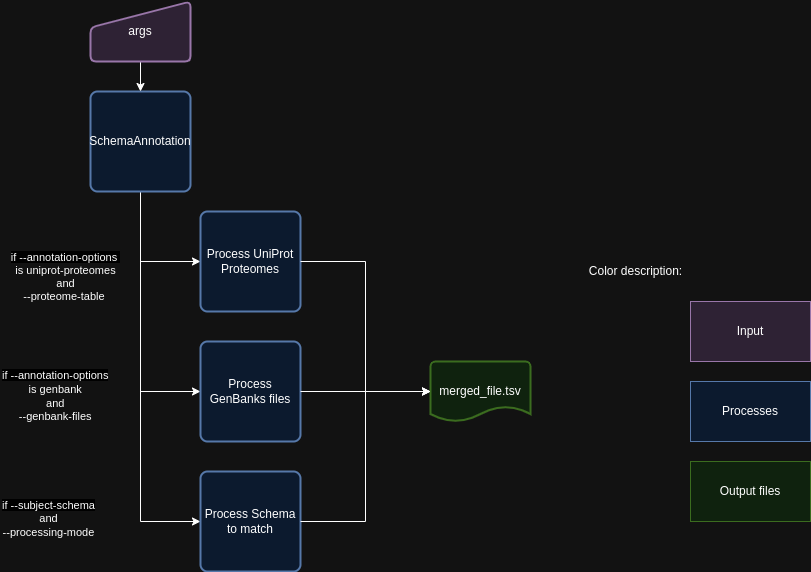
Above: SchemaRefinery/docs/SchemaRefinery/Modules/source/SchemaAnnotation.png in B-UMMI/Schema_Refinery (draw.io), before the change. Source tidied: cells renumbered, new cells last; positions are measured from the earlier drawing's top-left corner, leaving out a move shared by most shapes.
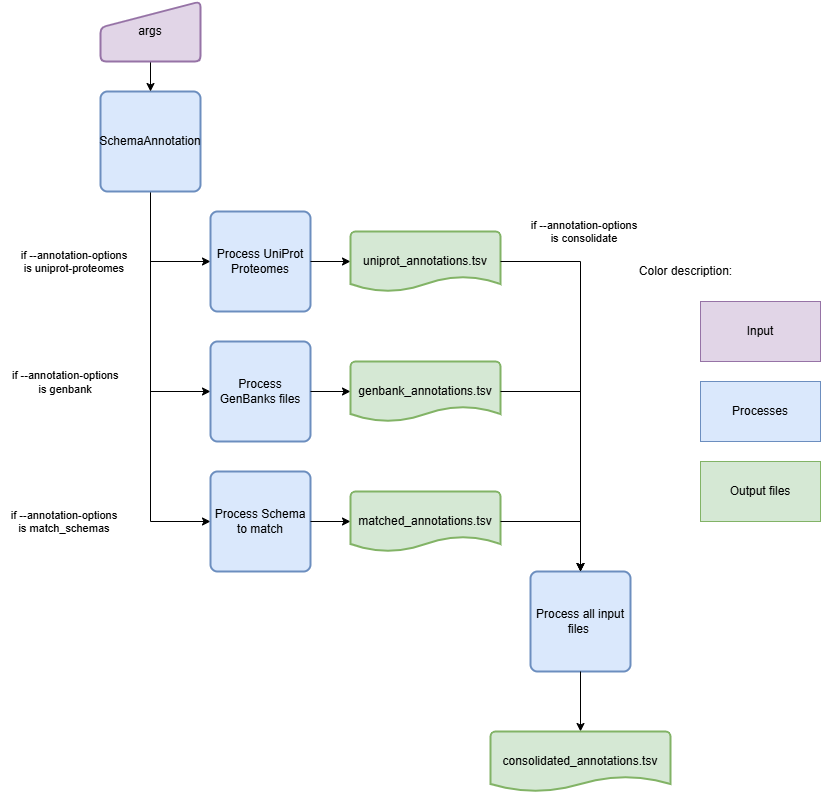
The same file after the commit.

What changed in the source:
```diff
@@ -38,29 +38,23 @@
     <mxCell id="9" value="Process GenBanks files" style="rounded=1;whiteSpace=wrap;html=1;absoluteArcSize=1;arcSize=14;strokeWidth=2;fillColor=#dae8fc;strokeColor=#6c8ebf;" parent="1" vertex="1">
       <mxGeometry x="200" y="340" width="100" height="100" as="geometry" />
     </mxCell>
-    <mxCell id="10" value="&lt;span style=&quot;color: rgb(0, 0, 0); font-family: Helvetica; font-size: 11px; font-style: normal; font-variant-ligatures: normal; font-variant-caps: normal; font-weight: 400; letter-spacing: normal; orphans: 2; text-align: center; text-indent: 0px; text-transform: none; widows: 2; word-spacing: 0px; -webkit-text-stroke-width: 0px; white-space: nowrap; background-color: rgb(255, 255, 255); text-decoration-thickness: initial; text-decoration-style: initial; text-decoration-color: initial; display: inline !important; float: none;&quot;&gt;if&amp;nbsp;--annotation-options&lt;/span&gt;&lt;div&gt;&lt;div style=&quot;text-align: center;&quot;&gt;&lt;span style=&quot;font-size: 11px; text-wrap-mode: nowrap;&quot;&gt;is&amp;nbsp;&lt;/span&gt;&lt;span style=&quot;background-color: initial; text-align: left; font-size: 11px; text-wrap-mode: nowrap;&quot;&gt;genbank&lt;/span&gt;&lt;/div&gt;&lt;div style=&quot;forced-color-adjust: none; color: rgb(0, 0, 0); font-family: Helvetica; font-size: 11px; font-style: normal; font-variant-ligatures: normal; font-variant-caps: normal; font-weight: 400; letter-spacing: normal; orphans: 2; text-align: center; text-indent: 0px; text-transform: none; widows: 2; word-spacing: 0px; -webkit-text-stroke-width: 0px; white-space: nowrap; text-decoration-thickness: initial; text-decoration-style: initial; text-decoration-color: initial;&quot;&gt;and&lt;/div&gt;&lt;div style=&quot;forced-color-adjust: none; color: rgb(0, 0, 0); font-family: Helvetica; font-size: 11px; font-style: normal; font-variant-ligatures: normal; font-variant-caps: normal; font-weight: 400; letter-spacing: normal; orphans: 2; text-align: center; text-indent: 0px; text-transform: none; widows: 2; word-spacing: 0px; -webkit-text-stroke-width: 0px; white-space: nowrap; text-decoration-thickness: initial; text-decoration-style: initial; text-decoration-color: initial;&quot;&gt;--genbank-files&lt;/div&gt;&lt;/div&gt;" style="text;whiteSpace=wrap;html=1;" parent="1" vertex="1">
+    <mxCell id="10" value="&lt;span style=&quot;color: rgb(0, 0, 0); font-family: Helvetica; font-size: 11px; font-style: normal; font-variant-ligatures: normal; font-variant-caps: normal; font-weight: 400; letter-spacing: normal; orphans: 2; text-align: center; text-indent: 0px; text-transform: none; widows: 2; word-spacing: 0px; -webkit-text-stroke-width: 0px; white-space: nowrap; background-color: rgb(255, 255, 255); text-decoration-thickness: initial; text-decoration-style: initial; text-decoration-color: initial; float: none; display: inline !important;&quot;&gt;if&amp;nbsp;--annotation-options&lt;/span&gt;&lt;div&gt;&lt;div style=&quot;text-align: center;&quot;&gt;&lt;span style=&quot;font-size: 11px; text-wrap-mode: nowrap;&quot;&gt;is&amp;nbsp;&lt;/span&gt;&lt;span style=&quot;background-color: initial; text-align: left; font-size: 11px; text-wrap-mode: nowrap;&quot;&gt;genbank&lt;/span&gt;&lt;/div&gt;&lt;/div&gt;" style="text;whiteSpace=wrap;html=1;" parent="1" vertex="1">
       <mxGeometry y="360" width="130" height="60" as="geometry" />
     </mxCell>
     <mxCell id="11" value="Process Schema to match" style="rounded=1;whiteSpace=wrap;html=1;absoluteArcSize=1;arcSize=14;strokeWidth=2;fillColor=#dae8fc;strokeColor=#6c8ebf;" parent="1" vertex="1">
       <mxGeometry x="200" y="470" width="100" height="100" as="geometry" />
     </mxCell>
-    <mxCell id="12" value="&lt;span style=&quot;color: rgb(0, 0, 0); font-family: Helvetica; font-size: 11px; font-style: normal; font-variant-ligatures: normal; font-variant-caps: normal; font-weight: 400; letter-spacing: normal; orphans: 2; text-align: center; text-indent: 0px; text-transform: none; widows: 2; word-spacing: 0px; -webkit-text-stroke-width: 0px; white-space: nowrap; background-color: rgb(255, 255, 255); text-decoration-thickness: initial; text-decoration-style: initial; text-decoration-color: initial; display: inline !important; float: none;&quot;&gt;if&amp;nbsp;--subject-schema&lt;/span&gt;&lt;div&gt;&lt;div style=&quot;forced-color-adjust: none; color: rgb(0, 0, 0); font-family: Helvetica; font-size: 11px; font-style: normal; font-variant-ligatures: normal; font-variant-caps: normal; font-weight: 400; letter-spacing: normal; orphans: 2; text-align: center; text-indent: 0px; text-transform: none; widows: 2; word-spacing: 0px; -webkit-text-stroke-width: 0px; white-space: nowrap; text-decoration-thickness: initial; text-decoration-style: initial; text-decoration-color: initial;&quot;&gt;and&lt;/div&gt;&lt;div style=&quot;forced-color-adjust: none; color: rgb(0, 0, 0); font-family: Helvetica; font-size: 11px; font-style: normal; font-variant-ligatures: normal; font-variant-caps: normal; font-weight: 400; letter-spacing: normal; orphans: 2; text-align: center; text-indent: 0px; text-transform: none; widows: 2; word-spacing: 0px; -webkit-text-stroke-width: 0px; white-space: nowrap; text-decoration-thickness: initial; text-decoration-style: initial; text-decoration-color: initial;&quot;&gt;--processing-mode&lt;/div&gt;&lt;/div&gt;" style="text;whiteSpace=wrap;html=1;" parent="1" vertex="1">
-      <mxGeometry y="490" width="130" height="60" as="geometry" />
-    </mxCell>
-    <mxCell id="13" value="merged_file.tsv" style="strokeWidth=2;html=1;shape=mxgraph.flowchart.document2;whiteSpace=wrap;size=0.25;fillColor=#d5e8d4;strokeColor=#82b366;" parent="1" vertex="1">
-      <mxGeometry x="430" y="360" width="100" height="60" as="geometry" />
-    </mxCell>
-    <mxCell id="14" style="edgeStyle=orthogonalEdgeStyle;rounded=0;jettySize=auto;html=1;entryX=0;entryY=0.5;entryDx=0;entryDy=0;entryPerimeter=0;" parent="1" edge="1" source="8" target="13">
+    <mxCell id="14" style="edgeStyle=orthogonalEdgeStyle;rounded=0;jettySize=auto;html=1;entryX=0;entryY=0.5;entryDx=0;entryDy=0;entryPerimeter=0;" parent="1" edge="1" source="8" target="24">
       <mxGeometry relative="1" as="geometry" />
     </mxCell>
-    <mxCell id="15" style="edgeStyle=orthogonalEdgeStyle;rounded=0;jettySize=auto;html=1;entryX=0;entryY=0.5;entryDx=0;entryDy=0;entryPerimeter=0;" parent="1" edge="1" source="9" target="13">
+    <mxCell id="15" style="edgeStyle=orthogonalEdgeStyle;rounded=0;jettySize=auto;html=1;entryX=0;entryY=0.5;entryDx=0;entryDy=0;entryPerimeter=0;" parent="1" edge="1" source="9" target="23">
       <mxGeometry relative="1" as="geometry" />
     </mxCell>
-    <mxCell id="16" style="edgeStyle=orthogonalEdgeStyle;rounded=0;jettySize=auto;html=1;entryX=0;entryY=0.5;entryDx=0;entryDy=0;entryPerimeter=0;" parent="1" edge="1" source="11" target="13">
+    <mxCell id="16" style="edgeStyle=orthogonalEdgeStyle;rounded=0;jettySize=auto;html=1;entryX=0;entryY=0.5;entryDx=0;entryDy=0;entryPerimeter=0;" parent="1" edge="1" source="11" target="22">
       <mxGeometry relative="1" as="geometry" />
     </mxCell>
-    <mxCell id="17" value="&lt;span style=&quot;font-size: 11px; background-color: rgb(255, 255, 255);&quot;&gt;if&amp;nbsp;--annotation-options&amp;nbsp;&lt;/span&gt;&lt;div style=&quot;font-size: 11px;&quot;&gt;is uniprot-proteomes&lt;div&gt;and&lt;/div&gt;&lt;div&gt;--proteome-table&amp;nbsp;&lt;/div&gt;&lt;/div&gt;" style="text;html=1;align=center;verticalAlign=middle;strokeColor=none;fillColor=none;" parent="1" vertex="1">
-      <mxGeometry y="240" width="130" height="70" as="geometry" />
+    <mxCell id="17" value="&lt;span style=&quot;font-size: 11px; background-color: rgb(255, 255, 255);&quot;&gt;if&amp;nbsp;--annotation-options&amp;nbsp;&lt;/span&gt;&lt;div style=&quot;font-size: 11px;&quot;&gt;is uniprot-proteomes&lt;span style=&quot;background-color: transparent; color: light-dark(rgb(0, 0, 0), rgb(255, 255, 255));&quot;&gt;&amp;nbsp;&lt;/span&gt;&lt;/div&gt;" style="text;html=1;align=center;verticalAlign=middle;strokeColor=none;fillColor=none;" parent="1" vertex="1">
+      <mxGeometry y="240" width="130" height="40" as="geometry" />
     </mxCell>
     <mxCell id="18" value="Processes" style="rounded=0;whiteSpace=wrap;html=1;fillColor=#dae8fc;strokeColor=#6c8ebf;" parent="1" vertex="1">
       <mxGeometry x="690" y="380" width="120" height="60" as="geometry" />
@@ -72,7 +66,52 @@
       <mxGeometry x="690" y="460" width="120" height="60" as="geometry" />
     </mxCell>
     <mxCell id="21" value="Color description:" style="text;html=1;align=center;verticalAlign=middle;strokeColor=none;fillColor=none;" parent="1" vertex="1">
-      <mxGeometry x="580" y="255" width="110" height="30" as="geometry" />
+      <mxGeometry x="620" y="255" width="110" height="30" as="geometry" />
     </mxCell>
+    <mxCell id="22" value="matched_annotations.tsv" style="strokeWidth=2;html=1;shape=mxgraph.flowchart.document2;whiteSpace=wrap;size=0.25;fillColor=#d5e8d4;strokeColor=#82b366;" parent="1" vertex="1">
+      <mxGeometry x="340" y="490" width="150" height="60" as="geometry" />
+    </mxCell>
+    <mxCell id="23" value="genbank_annotations.tsv" style="strokeWidth=2;html=1;shape=mxgraph.flowchart.document2;whiteSpace=wrap;size=0.25;fillColor=#d5e8d4;strokeColor=#82b366;" parent="1" vertex="1">
+      <mxGeometry x="340" y="360" width="150" height="60" as="geometry" />
+    </mxCell>
+    <mxCell id="24" value="uniprot_annotations.tsv" style="strokeWidth=2;html=1;shape=mxgraph.flowchart.document2;whiteSpace=wrap;size=0.25;fillColor=#d5e8d4;strokeColor=#82b366;" parent="1" vertex="1">
+      <mxGeometry x="340" y="230" width="150" height="60" as="geometry" />
+    </mxCell>
+    <mxCell id="25" value="Process all input files&amp;nbsp;" style="rounded=1;whiteSpace=wrap;html=1;absoluteArcSize=1;arcSize=14;strokeWidth=2;fillColor=#dae8fc;strokeColor=#6c8ebf;" parent="1" vertex="1">
+      <mxGeometry x="520" y="570" width="100" height="100" as="geometry" />
+    </mxCell>
+    <mxCell id="26" style="endArrow=classic;html=1;rounded=0;exitX=1;exitY=0.5;exitDx=0;exitDy=0;exitPerimeter=0;entryX=0.5;entryY=0;entryDx=0;entryDy=0;" parent="1" edge="1" source="24" target="25">
+      <mxGeometry relative="1" as="geometry">
+        <Array as="points">
+          <mxPoint x="570" y="260" />
+        </Array>
+      </mxGeometry>
+    </mxCell>
+    <mxCell id="27" style="endArrow=classic;html=1;rounded=0;exitX=1;exitY=0.5;exitDx=0;exitDy=0;exitPerimeter=0;entryX=0.5;entryY=0;entryDx=0;entryDy=0;" parent="1" edge="1" source="23" target="25">
+      <mxGeometry relative="1" as="geometry">
+        <Array as="points">
+          <mxPoint x="570" y="390" />
+        </Array>
+      </mxGeometry>
+    </mxCell>
+    <mxCell id="28" style="endArrow=classic;html=1;rounded=0;exitX=1;exitY=0.5;exitDx=0;exitDy=0;exitPerimeter=0;entryX=0.5;entryY=0;entryDx=0;entryDy=0;" parent="1" edge="1" source="22" target="25">
+      <mxGeometry relative="1" as="geometry">
+        <Array as="points">
+          <mxPoint x="570" y="520" />
+        </Array>
+      </mxGeometry>
+    </mxCell>
+    <mxCell id="29" value="&lt;span style=&quot;font-size: 11px; background-color: rgb(255, 255, 255);&quot;&gt;if&amp;nbsp;--annotation-options&amp;nbsp;&lt;/span&gt;&lt;div style=&quot;font-size: 11px;&quot;&gt;is consolidate&lt;span style=&quot;background-color: transparent; color: light-dark(rgb(0, 0, 0), rgb(255, 255, 255));&quot;&gt;&amp;nbsp;&lt;/span&gt;&lt;/div&gt;" style="text;html=1;align=center;verticalAlign=middle;strokeColor=none;fillColor=none;" parent="1" vertex="1">
+      <mxGeometry x="510" y="210" width="130" height="40" as="geometry" />
+    </mxCell>
+    <mxCell id="30" value="&lt;span style=&quot;font-size: 11px; background-color: rgb(255, 255, 255);&quot;&gt;if&amp;nbsp;--annotation-options&amp;nbsp;&lt;/span&gt;&lt;div style=&quot;font-size: 11px;&quot;&gt;is match_schemas&lt;span style=&quot;background-color: transparent; color: light-dark(rgb(0, 0, 0), rgb(255, 255, 255));&quot;&gt;&amp;nbsp;&lt;/span&gt;&lt;/div&gt;" style="text;html=1;align=center;verticalAlign=middle;strokeColor=none;fillColor=none;" parent="1" vertex="1">
+      <mxGeometry x="-10" y="500" width="130" height="40" as="geometry" />
+    </mxCell>
+    <mxCell id="31" style="edgeStyle=orthogonalEdgeStyle;rounded=0;jettySize=auto;html=1;exitX=0.5;exitY=1;exitDx=0;exitDy=0;entryX=0.5;entryY=0;entryDx=0;entryDy=0;entryPerimeter=0;" parent="1" edge="1" source="25" target="32">
+      <mxGeometry relative="1" as="geometry" />
+    </mxCell>
+    <mxCell id="32" value="consolidated_annotations.tsv" style="strokeWidth=2;html=1;shape=mxgraph.flowchart.document2;whiteSpace=wrap;size=0.25;fillColor=#d5e8d4;strokeColor=#82b366;" parent="1" vertex="1">
+      <mxGeometry x="480" y="730" width="180" height="60" as="geometry" />
+    </mxCell>
   </root>
 </mxGraphModel>
```
